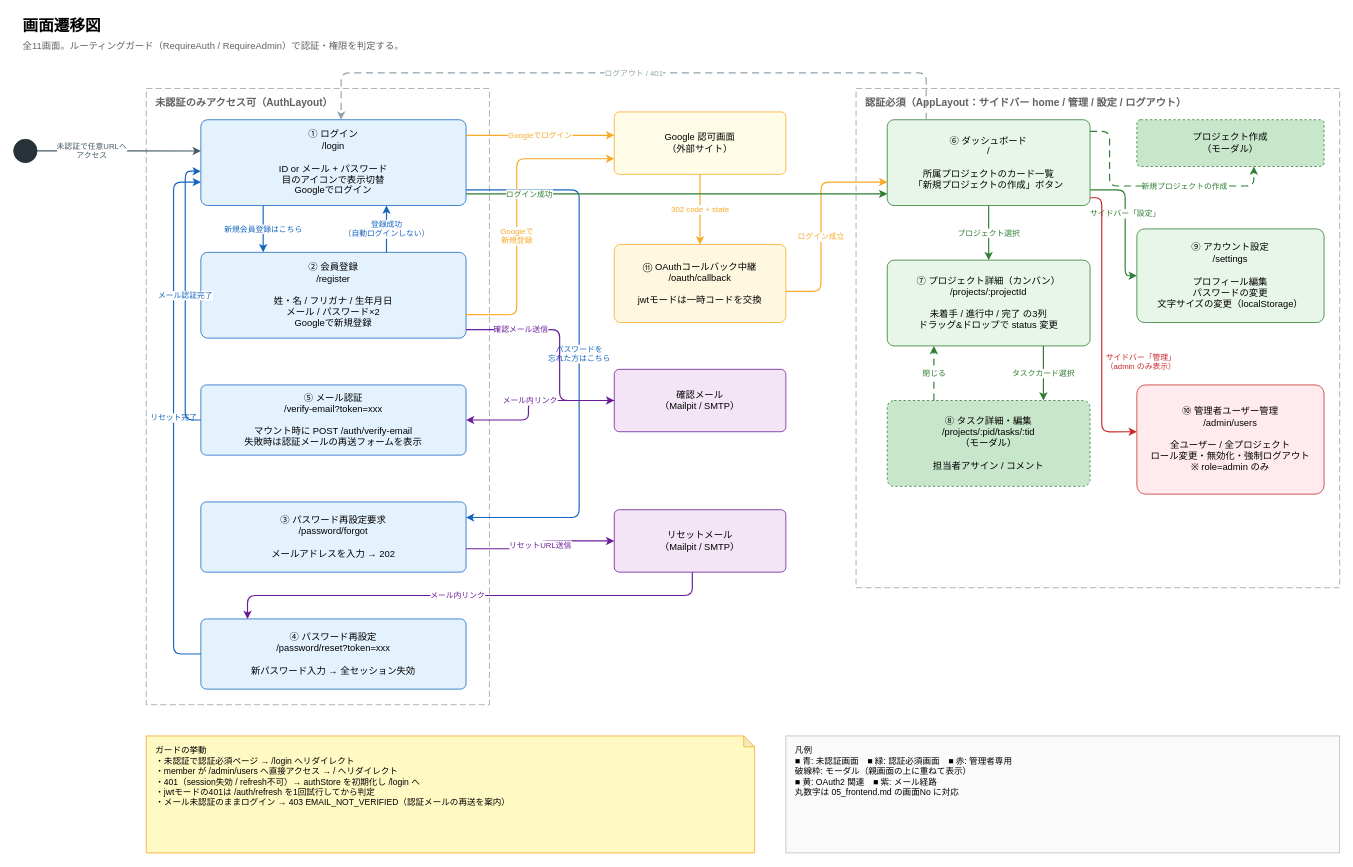
Earlier version of the draw.io diagram basic_design/diagrams/04_screen_flow.drawio (oikawa-d/task_management). Source tidied: cells renumbered, new cells numbered last; positions are measured from the earlier drawing's top-left corner, leaving out a move shared by most shapes. Both pictures are drawn from the tidied source at 78%, with x=0, y=0 at pixel (13, 13).
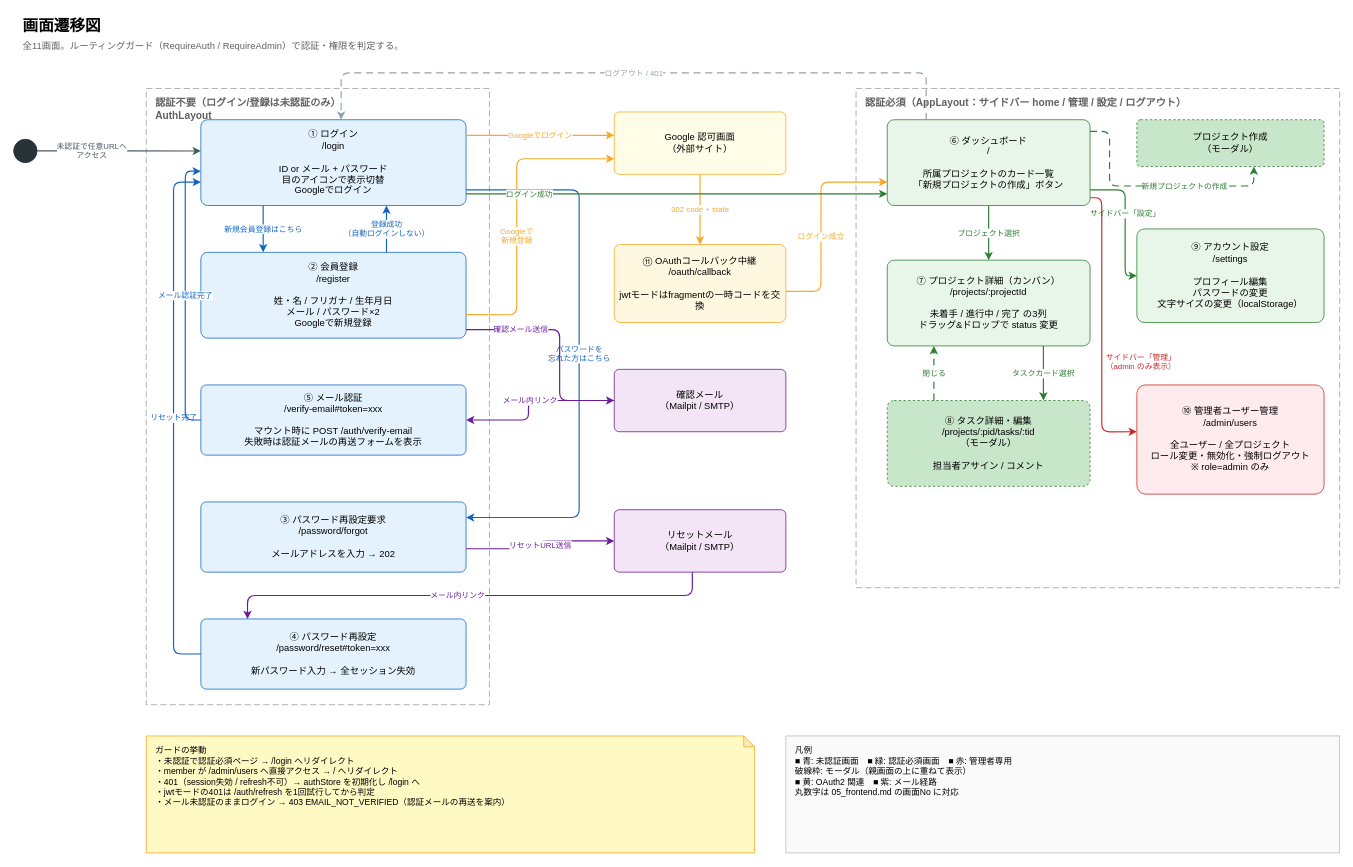
Above is the later version.

What changed in the source:
```diff
@@
-    <mxCell id="5" value="未認証のみアクセス可（AuthLayout）" style="rounded=0;whiteSpace=wrap;html=1;fillColor=none;strokeColor=#9E9E9E;dashed=1;dashPattern=8 4;verticalAlign=top;align=left;spacingLeft=10;spacingTop=4;fontSize=13;fontStyle=1;fontColor=#616161;" parent="1" vertex="1">
+    <mxCell id="5" value="認証不要（ログイン/登録は未認証のみ）&lt;br&gt;AuthLayout" style="rounded=0;whiteSpace=wrap;html=1;fillColor=none;strokeColor=#9E9E9E;dashed=1;dashPattern=8 4;verticalAlign=top;align=left;spacingLeft=10;spacingTop=4;fontSize=13;fontStyle=1;fontColor=#616161;" parent="1" vertex="1">
       <mxGeometry x="170" y="96" width="440" height="790" as="geometry" />
     </mxCell>
@@
-    <mxCell id="9" value="④ パスワード再設定&lt;br&gt;/password/reset?token=xxx&lt;br&gt;&lt;br&gt;新パスワード入力 → 全セッション失効" style="rounded=1;arcSize=8;whiteSpace=wrap;html=1;fillColor=#E3F2FD;strokeColor=#1565C0;align=center;verticalAlign=middle;fontFamily=Helvetica;fontSize=12;" parent="1" vertex="1">
+    <mxCell id="9" value="④ パスワード再設定&lt;br&gt;/password/reset#token=xxx&lt;br&gt;&lt;br&gt;新パスワード入力 → 全セッション失効" style="rounded=1;arcSize=8;whiteSpace=wrap;html=1;fillColor=#E3F2FD;strokeColor=#1565C0;align=center;verticalAlign=middle;fontFamily=Helvetica;fontSize=12;" parent="1" vertex="1">
       <mxGeometry x="240" y="776" width="340" height="90" as="geometry" />
     </mxCell>
@@
-    <mxCell id="11" value="⑪ OAuthコールバック中継&lt;br&gt;/oauth/callback&lt;br&gt;&lt;br&gt;jwtモードは一時コードを交換" style="rounded=1;arcSize=8;whiteSpace=wrap;html=1;fillColor=#FFF8E1;strokeColor=#F9A825;align=center;verticalAlign=middle;fontFamily=Helvetica;fontSize=12;" parent="1" vertex="1">
+    <mxCell id="11" value="⑪ OAuthコールバック中継&lt;br&gt;/oauth/callback&lt;br&gt;&lt;br&gt;jwtモードはfragmentの一時コードを交換" style="rounded=1;arcSize=8;whiteSpace=wrap;html=1;fillColor=#FFF8E1;strokeColor=#F9A825;align=center;verticalAlign=middle;fontFamily=Helvetica;fontSize=12;" parent="1" vertex="1">
       <mxGeometry x="770" y="296" width="220" height="100" as="geometry" />
     </mxCell>
@@
-    <mxCell id="20" value="⑤ メール認証&lt;br&gt;/verify-email?token=xxx&lt;br&gt;&lt;br&gt;マウント時に POST /auth/verify-email&lt;br&gt;失敗時は認証メールの再送フォームを表示" style="rounded=1;arcSize=8;whiteSpace=wrap;html=1;fillColor=#E3F2FD;strokeColor=#1565C0;align=center;verticalAlign=middle;fontFamily=Helvetica;fontSize=12;" parent="1" vertex="1">
+    <mxCell id="20" value="⑤ メール認証&lt;br&gt;/verify-email#token=xxx&lt;br&gt;&lt;br&gt;マウント時に POST /auth/verify-email&lt;br&gt;失敗時は認証メールの再送フォームを表示" style="rounded=1;arcSize=8;whiteSpace=wrap;html=1;fillColor=#E3F2FD;strokeColor=#1565C0;align=center;verticalAlign=middle;fontFamily=Helvetica;fontSize=12;" parent="1" vertex="1">
       <mxGeometry x="240" y="476" width="340" height="90" as="geometry" />
     </mxCell>
```
